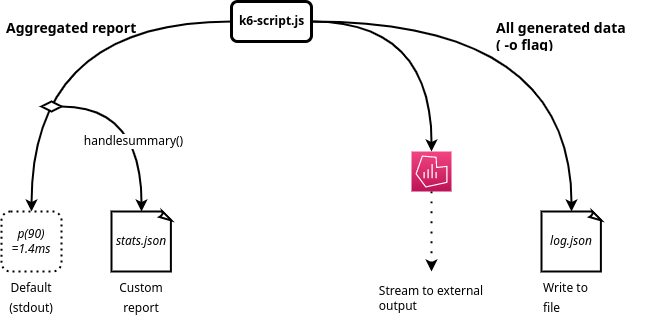
Before: src/data/markdown/translated-guides/en/01 Getting started/images/k6-results-diagram.png, a diagram exported from draw.io (grafana/k6-docs). Source tidied: cells renumbered, new cells last; positions are measured from the earlier drawing's top-left corner, leaving out a move shared by most shapes.
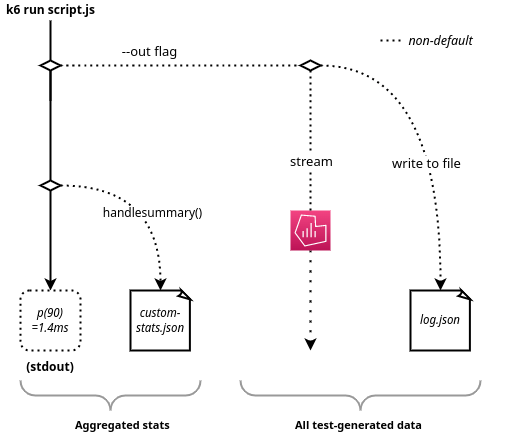
After the change.

Commit message:
makes results-output diagram more logical

Diff of the diagram source:
```diff
@@ -2,35 +2,31 @@
   <root>
     <mxCell id="0" />
     <mxCell id="1" parent="0" />
-    <mxCell id="2" style="rounded=1;whiteSpace=wrap;html=1;strokeWidth=3;" parent="1" vertex="1">
-      <mxGeometry x="230" width="80" height="40" as="geometry" />
-    </mxCell>
     <mxCell id="3" style="edgeStyle=orthogonalEdgeStyle;curved=1;jettySize=auto;html=1;dashed=1;dashPattern=1 4;fontFamily=Courier New;fontSize=14;endArrow=classic;endFill=1;strokeWidth=2;" parent="1" edge="1" source="4">
       <mxGeometry relative="1" as="geometry">
-        <mxPoint x="430" y="270" as="targetPoint" />
+        <mxPoint x="290" y="270" as="targetPoint" />
       </mxGeometry>
     </mxCell>
     <mxCell id="4" style="sketch=0;points=[[0,0,0],[0.25,0,0],[0.5,0,0],[0.75,0,0],[1,0,0],[0,1,0],[0.25,1,0],[0.5,1,0],[0.75,1,0],[1,1,0],[0,0.25,0],[0,0.5,0],[0,0.75,0],[1,0.25,0],[1,0.5,0],[1,0.75,0]];points=[[0,0,0],[0.25,0,0],[0.5,0,0],[0.75,0,0],[1,0,0],[0,1,0],[0.25,1,0],[0.5,1,0],[0.75,1,0],[1,1,0],[0,0.25,0],[0,0.5,0],[0,0.75,0],[1,0.25,0],[1,0.5,0],[1,0.75,0]];outlineConnect=0;fontColor=#232F3E;gradientColor=#F34482;gradientDirection=north;fillColor=#BC1356;strokeColor=#ffffff;dashed=0;verticalLabelPosition=bottom;verticalAlign=top;align=center;html=1;fontSize=12;fontStyle=0;shape=mxgraph.aws4.resourceIcon;resIcon=mxgraph.aws4.managed_service_for_grafana;" parent="1" vertex="1">
-      <mxGeometry x="410" y="150" width="40" height="40" as="geometry" />
+      <mxGeometry x="270" y="130" width="40" height="40" as="geometry" />
     </mxCell>
     <mxCell id="5" value="&lt;i&gt;&lt;font face=&quot;Lucida Console&quot;&gt;log.json&lt;/font&gt;&lt;/i&gt;" style="whiteSpace=wrap;html=1;shape=mxgraph.basic.document;strokeWidth=2;" parent="1" vertex="1">
-      <mxGeometry x="540" y="210" width="60" height="60" as="geometry" />
+      <mxGeometry x="390" y="210" width="60" height="60" as="geometry" />
     </mxCell>
-    <mxCell id="6" style="edgeStyle=orthogonalEdgeStyle;curved=1;jettySize=auto;html=1;strokeWidth=2;" parent="1" edge="1" source="9" target="4">
-      <mxGeometry relative="1" as="geometry" />
-    </mxCell>
-    <mxCell id="7" style="edgeStyle=orthogonalEdgeStyle;curved=1;jettySize=auto;html=1;fontSize=14;strokeWidth=2;" parent="1" edge="1" source="9" target="5">
-      <mxGeometry relative="1" as="geometry" />
-    </mxCell>
-    <mxCell id="8" style="edgeStyle=orthogonalEdgeStyle;curved=1;jettySize=auto;html=1;entryX=0.5;entryY=0;entryDx=0;entryDy=0;entryPerimeter=0;fontSize=14;strokeWidth=2;" parent="1" edge="1" source="9">
+    <mxCell id="8" style="edgeStyle=orthogonalEdgeStyle;curved=1;jettySize=auto;html=1;entryX=0.5;entryY=0;entryDx=0;entryDy=0;entryPerimeter=0;fontSize=14;strokeWidth=2;startArrow=none;" parent="1" edge="1" source="12">
       <mxGeometry relative="1" as="geometry">
         <mxPoint x="30" y="210" as="targetPoint" />
       </mxGeometry>
     </mxCell>
+    <mxCell id="21" style="edgeStyle=orthogonalEdgeStyle;rounded=0;jettySize=auto;html=1;fontFamily=Helvetica;fontSize=6;endArrow=none;endFill=0;strokeWidth=2;" parent="1" edge="1" source="9">
+      <mxGeometry relative="1" as="geometry">
+        <mxPoint x="30" y="20" as="targetPoint" />
+      </mxGeometry>
+    </mxCell>
-    <mxCell id="9" value="&lt;b&gt;k6-script.js&lt;/b&gt;" style="text;html=1;align=center;verticalAlign=middle;points=[];strokeColor=none;fillColor=none;" parent="1" vertex="1">
-      <mxGeometry x="230" y="10" width="80" height="20" as="geometry" />
+    <mxCell id="9" value="&lt;b&gt;&lt;font style=&quot;font-size: 12px&quot;&gt;k6 run script.js&lt;/font&gt;&lt;/b&gt;" style="text;html=1;align=center;verticalAlign=middle;points=[];strokeColor=none;fillColor=none;" parent="1" vertex="1">
+      <mxGeometry x="-20" y="-80" width="100" height="20" as="geometry" />
     </mxCell>
-    <mxCell id="10" style="edgeStyle=orthogonalEdgeStyle;curved=1;jettySize=auto;html=1;strokeWidth=2;" parent="1" edge="1" source="12">
+    <mxCell id="10" style="edgeStyle=orthogonalEdgeStyle;curved=1;jettySize=auto;html=1;strokeWidth=2;dashed=1;dashPattern=1 2;" parent="1" edge="1" source="12">
       <mxGeometry relative="1" as="geometry">
         <mxPoint x="140" y="210" as="targetPoint" />
       </mxGeometry>
@@ -38,32 +34,74 @@
     <mxCell id="11" value="handlesummary()" style="edgeLabel;html=1;align=center;verticalAlign=middle;fontSize=12;" parent="10" vertex="1">
       <mxGeometry x="0.24" y="-9" relative="1" as="geometry" />
     </mxCell>
-    <mxCell id="12" style="rhombus;whiteSpace=wrap;html=1;strokeWidth=2;" parent="1" vertex="1">
-      <mxGeometry x="40" y="100" width="20" height="10" as="geometry" />
-    </mxCell>
-    <mxCell id="13" value="&lt;font style=&quot;font-size: 12px&quot;&gt;Default&lt;br&gt;(stdout)&lt;/font&gt;" style="text;html=1;strokeColor=none;fillColor=none;align=center;verticalAlign=middle;whiteSpace=wrap;rounded=0;fontSize=16;" parent="1" vertex="1">
-      <mxGeometry y="280" width="60" height="30" as="geometry" />
+    <mxCell id="13" value="&lt;font style=&quot;font-size: 12px&quot;&gt;&lt;b&gt;(stdout)&lt;/b&gt;&lt;/font&gt;" style="text;html=1;strokeColor=none;fillColor=none;align=center;verticalAlign=middle;whiteSpace=wrap;rounded=0;fontSize=16;" parent="1" vertex="1">
+      <mxGeometry y="270" width="60" height="30" as="geometry" />
     </mxCell>
-    <mxCell id="14" value="&lt;font style=&quot;font-size: 12px&quot;&gt;Custom&lt;br&gt;report&lt;br&gt;&lt;/font&gt;" style="text;html=1;strokeColor=none;fillColor=none;align=center;verticalAlign=middle;whiteSpace=wrap;rounded=0;fontSize=16;" parent="1" vertex="1">
-      <mxGeometry x="110" y="280" width="60" height="30" as="geometry" />
-    </mxCell>
-    <mxCell id="15" value="&lt;font style=&quot;font-size: 12px&quot;&gt;Stream to external&lt;br&gt;&lt;div style=&quot;text-align: left&quot;&gt;&lt;span&gt;output&lt;/span&gt;&lt;/div&gt;&lt;/font&gt;" style="text;html=1;strokeColor=none;fillColor=none;align=center;verticalAlign=middle;whiteSpace=wrap;rounded=0;fontSize=16;" parent="1" vertex="1">
-      <mxGeometry x="370" y="280" width="120" height="30" as="geometry" />
-    </mxCell>
-    <mxCell id="16" value="&lt;font style=&quot;font-size: 12px&quot;&gt;Write to file&lt;/font&gt;" style="text;html=1;strokeColor=none;fillColor=none;align=left;verticalAlign=middle;whiteSpace=wrap;rounded=0;fontSize=16;" parent="1" vertex="1">
-      <mxGeometry x="540" y="280" width="60" height="30" as="geometry" />
-    </mxCell>
-    <mxCell id="17" value="&lt;h1 style=&quot;font-size: 14px&quot;&gt;&lt;font style=&quot;font-size: 14px&quot;&gt;&lt;span style=&quot;&quot;&gt;Aggregated report&lt;br&gt;&lt;/span&gt;&lt;br&gt;&lt;/font&gt;&lt;/h1&gt;" style="text;html=1;strokeColor=none;fillColor=none;spacing=5;spacingTop=-20;whiteSpace=wrap;overflow=hidden;rounded=0;fontStyle=1;" parent="1" vertex="1">
-      <mxGeometry y="20" width="180" height="20" as="geometry" />
-    </mxCell>
-    <mxCell id="18" value="&lt;h1 style=&quot;font-size: 14px&quot;&gt;All generated data&lt;br&gt;( -o flag)&lt;/h1&gt;" style="text;html=1;strokeColor=none;fillColor=none;spacing=5;spacingTop=-20;whiteSpace=wrap;overflow=hidden;rounded=0;" parent="1" vertex="1">
-      <mxGeometry x="490" y="20" width="180" height="30" as="geometry" />
-    </mxCell>
     <mxCell id="19" value="&lt;i&gt;&lt;font face=&quot;Lucida Console&quot;&gt;p(90)&lt;br&gt;=1.4ms&lt;/font&gt;&lt;/i&gt;" style="rounded=1;whiteSpace=wrap;html=1;strokeWidth=2;dashed=1;dashPattern=1 2;" parent="1" vertex="1">
       <mxGeometry y="210" width="60" height="60" as="geometry" />
     </mxCell>
-    <mxCell id="20" value="&lt;i&gt;&lt;font face=&quot;Lucida Console&quot;&gt;stats.json&lt;/font&gt;&lt;/i&gt;" style="whiteSpace=wrap;html=1;shape=mxgraph.basic.document;strokeWidth=2;" parent="1" vertex="1">
+    <mxCell id="20" value="&lt;i&gt;&lt;font face=&quot;Lucida Console&quot;&gt;custom-stats.json&lt;/font&gt;&lt;/i&gt;" style="whiteSpace=wrap;html=1;shape=mxgraph.basic.document;strokeWidth=2;" parent="1" vertex="1">
       <mxGeometry x="110" y="210" width="60" height="60" as="geometry" />
     </mxCell>
+    <mxCell id="12" style="rhombus;whiteSpace=wrap;html=1;strokeWidth=2;" parent="1" vertex="1">
+      <mxGeometry x="20" y="100" width="20" height="10" as="geometry" />
+    </mxCell>
+    <mxCell id="22" style="edgeStyle=orthogonalEdgeStyle;curved=1;jettySize=auto;html=1;entryX=0.5;entryY=0;entryDx=0;entryDy=0;entryPerimeter=0;fontSize=14;strokeWidth=2;endArrow=none;startArrow=none;endFill=0;" parent="1" edge="1" source="34" target="12">
+      <mxGeometry relative="1" as="geometry" />
+    </mxCell>
+    <mxCell id="23" style="verticalLabelPosition=bottom;shadow=0;dashed=0;align=center;html=1;verticalAlign=top;strokeWidth=2;shape=mxgraph.mockup.markup.curlyBrace;strokeColor=#999999;fontSize=12;rotation=-180;fontStyle=1;" parent="1" vertex="1">
+      <mxGeometry x="220" y="300" width="240" height="30" as="geometry" />
+    </mxCell>
+    <mxCell id="24" value="&lt;h1&gt;&lt;font style=&quot;font-size: 11px&quot;&gt;All test-generated data&lt;/font&gt;&lt;/h1&gt;" style="text;html=1;strokeColor=none;fillColor=none;spacing=5;spacingTop=-20;whiteSpace=wrap;overflow=hidden;rounded=0;fontSize=12;" parent="1" vertex="1">
+      <mxGeometry x="270" y="320" width="230" height="40" as="geometry" />
+    </mxCell>
+    <mxCell id="25" value="&lt;h1&gt;&lt;font style=&quot;font-size: 11px&quot;&gt;Aggregated stats&lt;/font&gt;&lt;/h1&gt;" style="text;html=1;strokeColor=none;fillColor=none;spacing=5;spacingTop=-20;whiteSpace=wrap;overflow=hidden;rounded=0;fontSize=12;" parent="1" vertex="1">
+      <mxGeometry x="50" y="320" width="160" height="40" as="geometry" />
+    </mxCell>
+    <mxCell id="26" style="verticalLabelPosition=bottom;shadow=0;dashed=0;align=center;html=1;verticalAlign=top;strokeWidth=2;shape=mxgraph.mockup.markup.curlyBrace;strokeColor=#999999;fontSize=12;rotation=-180;fontStyle=1;" parent="1" vertex="1">
+      <mxGeometry y="300" width="180" height="30" as="geometry" />
+    </mxCell>
+    <mxCell id="27" style="edgeStyle=orthogonalEdgeStyle;curved=1;jettySize=auto;html=1;entryX=0;entryY=0.5;entryDx=0;entryDy=0;dashed=1;dashPattern=1 2;fontFamily=Lucida Console;fontSize=14;endArrow=none;endFill=0;strokeWidth=2;" parent="1" edge="1" source="34" target="33">
+      <mxGeometry relative="1" as="geometry" />
+    </mxCell>
+    <mxCell id="28" value="&lt;font style=&quot;font-size: 13px&quot;&gt;--out &lt;font style=&quot;font-size: 13px&quot; face=&quot;Helvetica&quot;&gt;flag&lt;/font&gt;&lt;/font&gt;" style="edgeLabel;html=1;align=center;verticalAlign=middle;fontSize=14;fontFamily=Lucida Console;" parent="27" vertex="1">
+      <mxGeometry x="-0.26" y="-1" relative="1" as="geometry">
+        <mxPoint y="-16" as="offset" />
+      </mxGeometry>
+    </mxCell>
+    <mxCell id="29" style="edgeStyle=orthogonalEdgeStyle;curved=1;jettySize=auto;html=1;fontSize=16;endArrow=classic;endFill=1;strokeWidth=2;entryX=0.5;entryY=0;entryDx=0;entryDy=0;entryPerimeter=0;dashed=1;dashPattern=1 2;" parent="1" edge="1" source="33" target="5">
+      <mxGeometry relative="1" as="geometry" />
+    </mxCell>
+    <mxCell id="30" value="write to file&lt;br&gt;" style="edgeLabel;html=1;align=center;verticalAlign=middle;fontSize=13;fontFamily=Helvetica;" parent="29" vertex="1">
+      <mxGeometry x="0.26" y="-16" relative="1" as="geometry">
+        <mxPoint x="1" as="offset" />
+      </mxGeometry>
+    </mxCell>
+    <mxCell id="31" style="edgeStyle=orthogonalEdgeStyle;curved=1;jettySize=auto;html=1;fontSize=16;endArrow=none;endFill=0;strokeWidth=2;dashed=1;dashPattern=1 2;" parent="1" edge="1" source="33" target="4">
+      <mxGeometry relative="1" as="geometry" />
+    </mxCell>
+    <mxCell id="32" value="stream&lt;br&gt;" style="edgeLabel;html=1;align=center;verticalAlign=middle;fontSize=13;fontFamily=Helvetica;" parent="31" vertex="1">
+      <mxGeometry x="0.29" relative="1" as="geometry" />
+    </mxCell>
+    <mxCell id="33" style="rhombus;whiteSpace=wrap;html=1;strokeWidth=2;" parent="1" vertex="1">
+      <mxGeometry x="280" y="-20" width="20" height="10" as="geometry" />
+    </mxCell>
+    <mxCell id="34" style="rhombus;whiteSpace=wrap;html=1;strokeWidth=2;" parent="1" vertex="1">
+      <mxGeometry x="20" y="-20" width="20" height="10" as="geometry" />
+    </mxCell>
+    <mxCell id="35" style="edgeStyle=orthogonalEdgeStyle;curved=1;jettySize=auto;html=1;entryX=0.5;entryY=0;entryDx=0;entryDy=0;entryPerimeter=0;fontSize=14;strokeWidth=2;endArrow=none;startArrow=none;" parent="1" edge="1" target="34">
+      <mxGeometry relative="1" as="geometry">
+        <mxPoint x="30" y="-20" as="sourcePoint" />
+      </mxGeometry>
+    </mxCell>
+    <mxCell id="36" style="endArrow=none;html=1;rounded=0;dashed=1;dashPattern=1 2;fontFamily=Helvetica;fontSize=13;strokeWidth=2;" parent="1" edge="1">
+      <mxGeometry relative="1" as="geometry">
+        <mxPoint x="360" y="-40" as="sourcePoint" />
+        <mxPoint x="380" y="-40" as="targetPoint" />
+      </mxGeometry>
+    </mxCell>
+    <mxCell id="37" value="&lt;i&gt;non-default&lt;/i&gt;" style="text;html=1;strokeColor=none;fillColor=none;align=center;verticalAlign=middle;whiteSpace=wrap;rounded=0;fontFamily=Helvetica;fontSize=13;" parent="1" vertex="1">
+      <mxGeometry x="372.5" y="-50" width="95" height="20" as="geometry" />
+    </mxCell>
   </root>
 </mxGraphModel>
```
